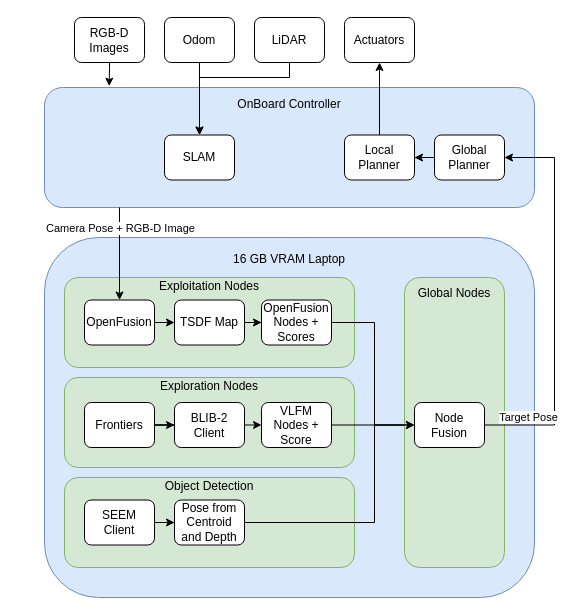
The draw.io diagram Master_Thesis_Overview.drawio in KevinEppacher/Eppacher_Master_Thesis, before the edit. Source tidied: cells renumbered, new cells numbered last; positions are measured from the earlier drawing's top-left corner, leaving out a move shared by most shapes. Both pictures are drawn from the tidied source at 100%, with x=0, y=0 at pixel (44, 17).
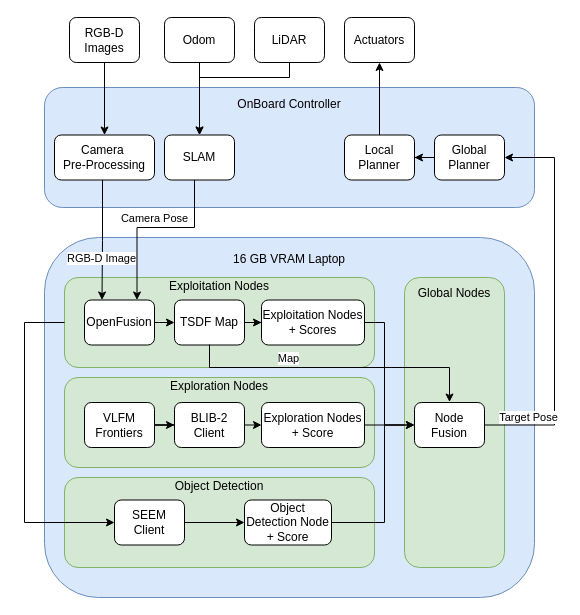
After the change.

Unchanged cells that the change refers to:
```xml
<mxCell id="2" value="OnBoard Controller&lt;div&gt;&lt;br&gt;&lt;/div&gt;&lt;div&gt;&lt;br&gt;&lt;/div&gt;&lt;div&gt;&lt;br&gt;&lt;/div&gt;&lt;div&gt;&lt;br&gt;&lt;/div&gt;&lt;div&gt;&lt;br&gt;&lt;/div&gt;&lt;div&gt;&lt;br&gt;&lt;/div&gt;" style="rounded=1;whiteSpace=wrap;html=1;fillColor=#dae8fc;strokeColor=#6c8ebf;" parent="1" vertex="1">
  <mxGeometry y="70" width="490" height="120" as="geometry" />
</mxCell>
<mxCell id="14" value="OpenFusion" style="rounded=1;whiteSpace=wrap;html=1;" parent="1" vertex="1">
  <mxGeometry x="40" y="282.5" width="70" height="45" as="geometry" />
</mxCell>
<mxCell id="25" value="Node Fusion" style="rounded=1;whiteSpace=wrap;html=1;" parent="1" vertex="1">
  <mxGeometry x="370" y="385" width="70" height="45" as="geometry" />
</mxCell>
<mxCell id="33" value="SLAM" style="rounded=1;whiteSpace=wrap;html=1;" parent="1" vertex="1">
  <mxGeometry x="120" y="117.5" width="70" height="45" as="geometry" />
</mxCell>
```

The edit, as a diff of the source:
```diff
@@
     <mxCell id="4" value="Exploration Nodes&lt;div&gt;&lt;br&gt;&lt;/div&gt;&lt;div&gt;&lt;br&gt;&lt;/div&gt;&lt;div&gt;&lt;br&gt;&lt;/div&gt;&lt;div&gt;&lt;br&gt;&lt;/div&gt;&lt;div&gt;&lt;br&gt;&lt;/div&gt;" style="rounded=1;whiteSpace=wrap;html=1;fillColor=#d5e8d4;strokeColor=#82b366;" parent="1" vertex="1">
-      <mxGeometry x="20" y="360" width="290" height="90" as="geometry" />
+      <mxGeometry x="20" y="360" width="310" height="90" as="geometry" />
     </mxCell>
     <mxCell id="5" value="Exploitation Nodes&lt;div&gt;&lt;br&gt;&lt;/div&gt;&lt;div&gt;&lt;br&gt;&lt;/div&gt;&lt;div&gt;&lt;br&gt;&lt;/div&gt;&lt;div&gt;&lt;br&gt;&lt;/div&gt;&lt;div&gt;&lt;br&gt;&lt;/div&gt;" style="rounded=1;whiteSpace=wrap;html=1;fillColor=#d5e8d4;strokeColor=#82b366;" parent="1" vertex="1">
-      <mxGeometry x="20" y="260" width="290" height="90" as="geometry" />
+      <mxGeometry x="20" y="260" width="310" height="90" as="geometry" />
     </mxCell>
     <mxCell id="6" value="Object Detection&lt;div&gt;&lt;br&gt;&lt;/div&gt;&lt;div&gt;&lt;br&gt;&lt;/div&gt;&lt;div&gt;&lt;br&gt;&lt;/div&gt;&lt;div&gt;&lt;br&gt;&lt;/div&gt;&lt;div&gt;&lt;br&gt;&lt;/div&gt;" style="rounded=1;whiteSpace=wrap;html=1;fillColor=#d5e8d4;strokeColor=#82b366;" parent="1" vertex="1">
-      <mxGeometry x="20" y="460" width="290" height="90" as="geometry" />
+      <mxGeometry x="20" y="460" width="310" height="90" as="geometry" />
     </mxCell>
@@
-    <mxCell id="10" value="Frontiers" style="rounded=1;whiteSpace=wrap;html=1;" parent="1" vertex="1">
+    <mxCell id="10" value="VLFM Frontiers" style="rounded=1;whiteSpace=wrap;html=1;" parent="1" vertex="1">
       <mxGeometry x="40" y="385" width="70" height="45" as="geometry" />
     </mxCell>
@@
-    <mxCell id="12" value="VLFM Nodes + Score" style="rounded=1;whiteSpace=wrap;html=1;" parent="1" vertex="1">
-      <mxGeometry x="217" y="385" width="70" height="45" as="geometry" />
+    <mxCell id="12" value="Exploration&amp;nbsp;Nodes + Score" style="rounded=1;whiteSpace=wrap;html=1;" parent="1" vertex="1">
+      <mxGeometry x="217" y="385" width="103" height="45" as="geometry" />
     </mxCell>
@@
-    <mxCell id="17" value="OpenFusion Nodes + Scores" style="rounded=1;whiteSpace=wrap;html=1;" parent="1" vertex="1">
-      <mxGeometry x="217" y="282.5" width="70" height="45" as="geometry" />
+    <mxCell id="17" value="Exploitation&amp;nbsp;Nodes + Scores" style="rounded=1;whiteSpace=wrap;html=1;" parent="1" vertex="1">
+      <mxGeometry x="217" y="282.5" width="103" height="45" as="geometry" />
     </mxCell>
@@
     <mxCell id="20" value="SEEM Client" style="rounded=1;whiteSpace=wrap;html=1;" parent="1" vertex="1">
-      <mxGeometry x="40" y="482.5" width="70" height="45" as="geometry" />
+      <mxGeometry x="70" y="482.5" width="70" height="45" as="geometry" />
     </mxCell>
     <mxCell id="21" style="edgeStyle=orthogonalEdgeStyle;rounded=0;jettySize=auto;html=1;exitX=1;exitY=0.5;exitDx=0;exitDy=0;entryX=0;entryY=0.5;entryDx=0;entryDy=0;" parent="1" edge="1" source="22" target="25">
       <mxGeometry relative="1" as="geometry">
         <Array as="points">
-          <mxPoint x="330" y="505" />
-          <mxPoint x="330" y="408" />
+          <mxPoint x="340" y="505" />
+          <mxPoint x="340" y="408" />
         </Array>
       </mxGeometry>
     </mxCell>
-    <mxCell id="22" value="Pose from Centroid and Depth" style="rounded=1;whiteSpace=wrap;html=1;" parent="1" vertex="1">
-      <mxGeometry x="130" y="482.5" width="70" height="45" as="geometry" />
+    <mxCell id="22" value="Object Detection Node + Score" style="rounded=1;whiteSpace=wrap;html=1;" parent="1" vertex="1">
+      <mxGeometry x="200" y="482.5" width="87" height="45" as="geometry" />
     </mxCell>
@@
     <mxCell id="26" style="edgeStyle=orthogonalEdgeStyle;rounded=0;jettySize=auto;html=1;exitX=1;exitY=0.5;exitDx=0;exitDy=0;entryX=0;entryY=0.5;entryDx=0;entryDy=0;" parent="1" edge="1" source="17" target="25">
       <mxGeometry relative="1" as="geometry">
         <Array as="points">
-          <mxPoint x="330" y="305" />
-          <mxPoint x="330" y="408" />
+          <mxPoint x="340" y="305" />
+          <mxPoint x="340" y="408" />
         </Array>
       </mxGeometry>
     </mxCell>
+    <mxCell id="41" style="edgeStyle=orthogonalEdgeStyle;rounded=0;jettySize=auto;html=1;exitX=0.5;exitY=1;exitDx=0;exitDy=0;entryX=0.5;entryY=0;entryDx=0;entryDy=0;" parent="1" edge="1" source="27" target="47">
+      <mxGeometry relative="1" as="geometry" />
+    </mxCell>
     <mxCell id="27" value="RGB-D Images" style="rounded=1;whiteSpace=wrap;html=1;" parent="1" vertex="1">
-      <mxGeometry x="30" width="70" height="45" as="geometry" />
+      <mxGeometry x="25" width="70" height="45" as="geometry" />
     </mxCell>
@@
+    <mxCell id="42" style="edgeStyle=orthogonalEdgeStyle;rounded=0;jettySize=auto;html=1;entryX=0.75;entryY=0;entryDx=0;entryDy=0;" parent="1" edge="1" source="33" target="14">
+      <mxGeometry relative="1" as="geometry">
+        <Array as="points">
+          <mxPoint x="150" y="210" />
+          <mxPoint x="93" y="210" />
+        </Array>
+      </mxGeometry>
+    </mxCell>
+    <mxCell id="43" value="Camera Pose" style="edgeLabel;html=1;align=center;verticalAlign=middle;" parent="42" vertex="1">
+      <mxGeometry x="-0.1" y="-1" relative="1" as="geometry">
+        <mxPoint x="-8" y="-9" as="offset" />
+      </mxGeometry>
+    </mxCell>
@@
-    <mxCell id="38" style="edgeStyle=orthogonalEdgeStyle;rounded=0;jettySize=auto;html=1;entryX=0.132;entryY=-0.011;entryDx=0;entryDy=0;entryPerimeter=0;" parent="1" edge="1" source="27" target="2">
-      <mxGeometry relative="1" as="geometry">
-        <Array as="points">
-          <mxPoint x="65" y="50" />
-          <mxPoint x="65" y="50" />
-        </Array>
-      </mxGeometry>
-    </mxCell>
-    <mxCell id="39" style="edgeStyle=orthogonalEdgeStyle;rounded=0;jettySize=auto;html=1;entryX=0.5;entryY=0;entryDx=0;entryDy=0;" parent="1" edge="1" source="2" target="14">
-      <mxGeometry relative="1" as="geometry">
-        <Array as="points">
-          <mxPoint x="75" y="210" />
-          <mxPoint x="75" y="210" />
-        </Array>
-      </mxGeometry>
-    </mxCell>
-    <mxCell id="40" value="Camera Pose + RGB-D Image" style="edgeLabel;html=1;align=center;verticalAlign=middle;" parent="39" vertex="1">
-      <mxGeometry x="-0.08" y="1" relative="1" as="geometry">
-        <mxPoint x="-1" y="-23" as="offset" />
-      </mxGeometry>
-    </mxCell>
+    <mxCell id="44" style="edgeStyle=orthogonalEdgeStyle;rounded=0;jettySize=auto;html=1;exitX=0;exitY=0.5;exitDx=0;exitDy=0;entryX=0;entryY=0.5;entryDx=0;entryDy=0;" parent="1" edge="1" source="5" target="20">
+      <mxGeometry relative="1" as="geometry">
+        <Array as="points">
+          <mxPoint x="-20" y="305" />
+          <mxPoint x="-20" y="505" />
+        </Array>
+      </mxGeometry>
+    </mxCell>
+    <mxCell id="45" style="edgeStyle=orthogonalEdgeStyle;rounded=0;jettySize=auto;html=1;entryX=0.25;entryY=0;entryDx=0;entryDy=0;" parent="1" edge="1" source="47" target="14">
+      <mxGeometry relative="1" as="geometry">
+        <Array as="points">
+          <mxPoint x="58" y="223" />
+          <mxPoint x="58" y="223" />
+        </Array>
+      </mxGeometry>
+    </mxCell>
+    <mxCell id="46" value="RGB-D Image" style="edgeLabel;html=1;align=center;verticalAlign=middle;" parent="45" vertex="1">
+      <mxGeometry x="-0.15" y="-2" relative="1" as="geometry">
+        <mxPoint y="27" as="offset" />
+      </mxGeometry>
+    </mxCell>
+    <mxCell id="47" value="Camera&amp;nbsp;&lt;div&gt;Pre-Processing&lt;/div&gt;" style="rounded=1;whiteSpace=wrap;html=1;" parent="1" vertex="1">
+      <mxGeometry x="10" y="117.5" width="100" height="45" as="geometry" />
+    </mxCell>
+    <mxCell id="48" style="edgeStyle=orthogonalEdgeStyle;rounded=0;orthogonalLoop=1;jettySize=auto;html=1;entryX=0.5;entryY=0;entryDx=0;entryDy=0;" parent="1" edge="1">
+      <mxGeometry relative="1" as="geometry">
+        <mxPoint x="165" y="327" as="sourcePoint" />
+        <mxPoint x="405" y="384.5" as="targetPoint" />
+        <Array as="points">
+          <mxPoint x="165" y="350" />
+          <mxPoint x="405" y="350" />
+        </Array>
+      </mxGeometry>
+    </mxCell>
+    <mxCell id="49" value="Map" style="edgeLabel;html=1;align=center;verticalAlign=middle;" parent="48" vertex="1">
+      <mxGeometry x="-0.34" y="1" relative="1" as="geometry">
+        <mxPoint x="3" y="-9" as="offset" />
+      </mxGeometry>
+    </mxCell>
```
